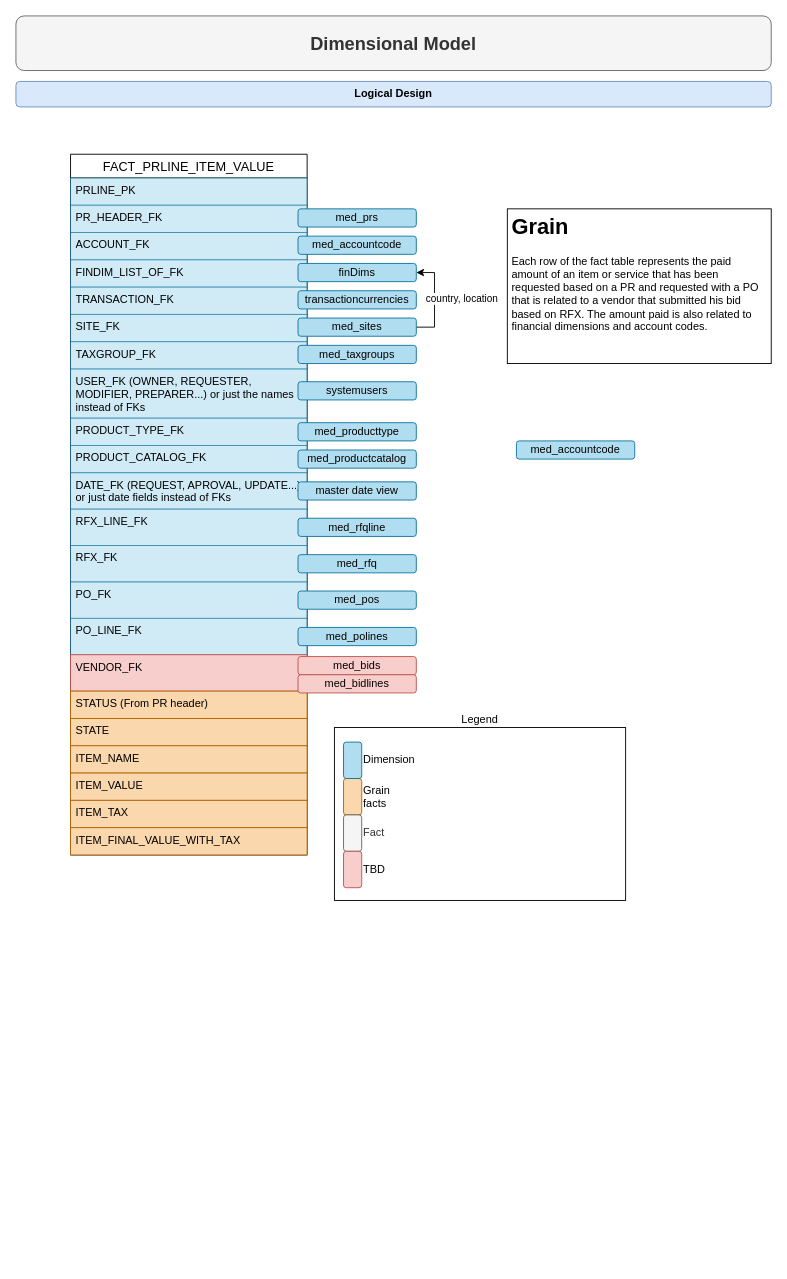
Earlier version of the draw.io diagram page "Dimensional Model" (6 of 9) of scm_value_chain.drawio (Medair/drawio). Source tidied: cells renumbered, new cells numbered last; positions are measured from the earlier drawing's top-left corner, leaving out a move shared by most shapes. Both pictures are drawn from the tidied source at 91%, with x=0, y=0 at pixel (15, 15).
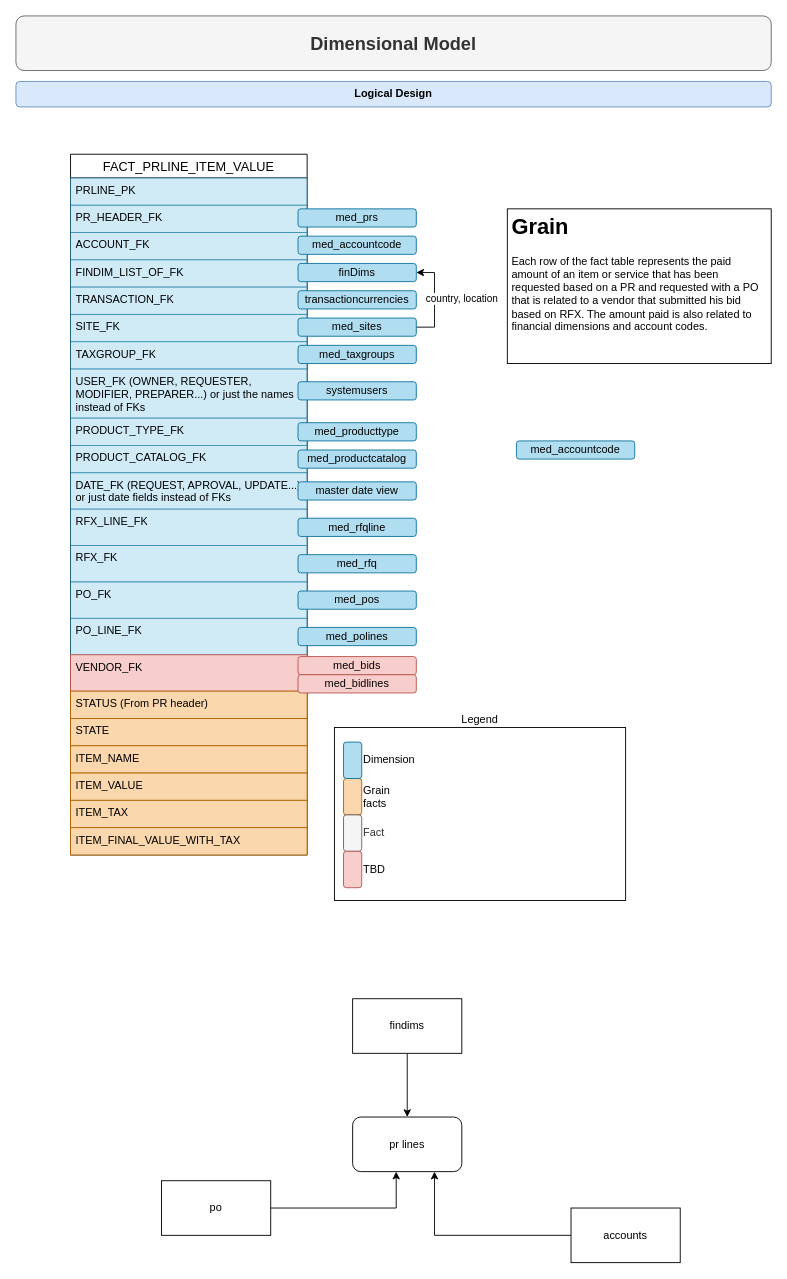
The same page after the edit.

What changed in the source:
```diff
@@
+    <mxCell id="53" value="pr lines" style="rounded=1;whiteSpace=wrap;html=1;" parent="1" vertex="1">
+      <mxGeometry x="370" y="1210" width="120" height="60" as="geometry" />
+    </mxCell>
+    <mxCell id="54" style="edgeStyle=orthogonalEdgeStyle;rounded=0;jettySize=auto;html=1;entryX=0.5;entryY=0;entryDx=0;entryDy=0;" parent="1" edge="1" source="55" target="53">
+      <mxGeometry relative="1" as="geometry" />
+    </mxCell>
+    <mxCell id="55" value="findims" style="rounded=0;whiteSpace=wrap;html=1;" parent="1" vertex="1">
+      <mxGeometry x="370" y="1080" width="120" height="60" as="geometry" />
+    </mxCell>
+    <mxCell id="56" style="edgeStyle=orthogonalEdgeStyle;rounded=0;jettySize=auto;html=1;entryX=0.75;entryY=1;entryDx=0;entryDy=0;" parent="1" edge="1" source="57" target="53">
+      <mxGeometry relative="1" as="geometry" />
+    </mxCell>
+    <mxCell id="57" value="accounts" style="rounded=0;whiteSpace=wrap;html=1;" parent="1" vertex="1">
+      <mxGeometry x="610" y="1310" width="120" height="60" as="geometry" />
+    </mxCell>
+    <mxCell id="58" value="po" style="rounded=0;whiteSpace=wrap;html=1;" parent="1" vertex="1">
+      <mxGeometry x="160" y="1280" width="120" height="60" as="geometry" />
+    </mxCell>
+    <mxCell id="59" style="edgeStyle=orthogonalEdgeStyle;rounded=0;jettySize=auto;html=1;entryX=0.399;entryY=1;entryDx=0;entryDy=0;entryPerimeter=0;" parent="1" edge="1" source="58" target="53">
+      <mxGeometry relative="1" as="geometry" />
+    </mxCell>
```
